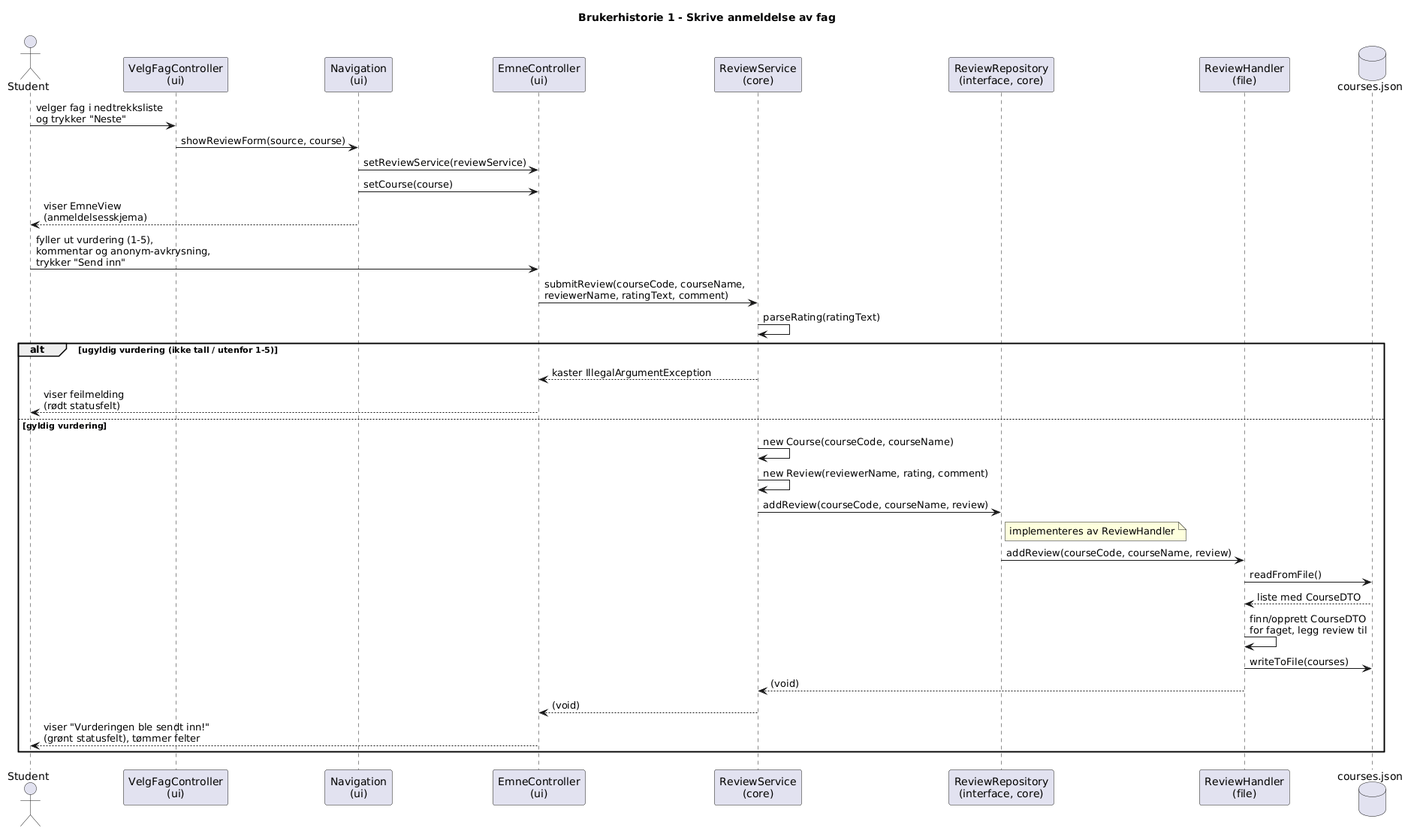
Above: arkitektur/png/brukerhistorie1Sekvensdiagram.png in JesperBarosen/BIThub (PlantUML), before the change.
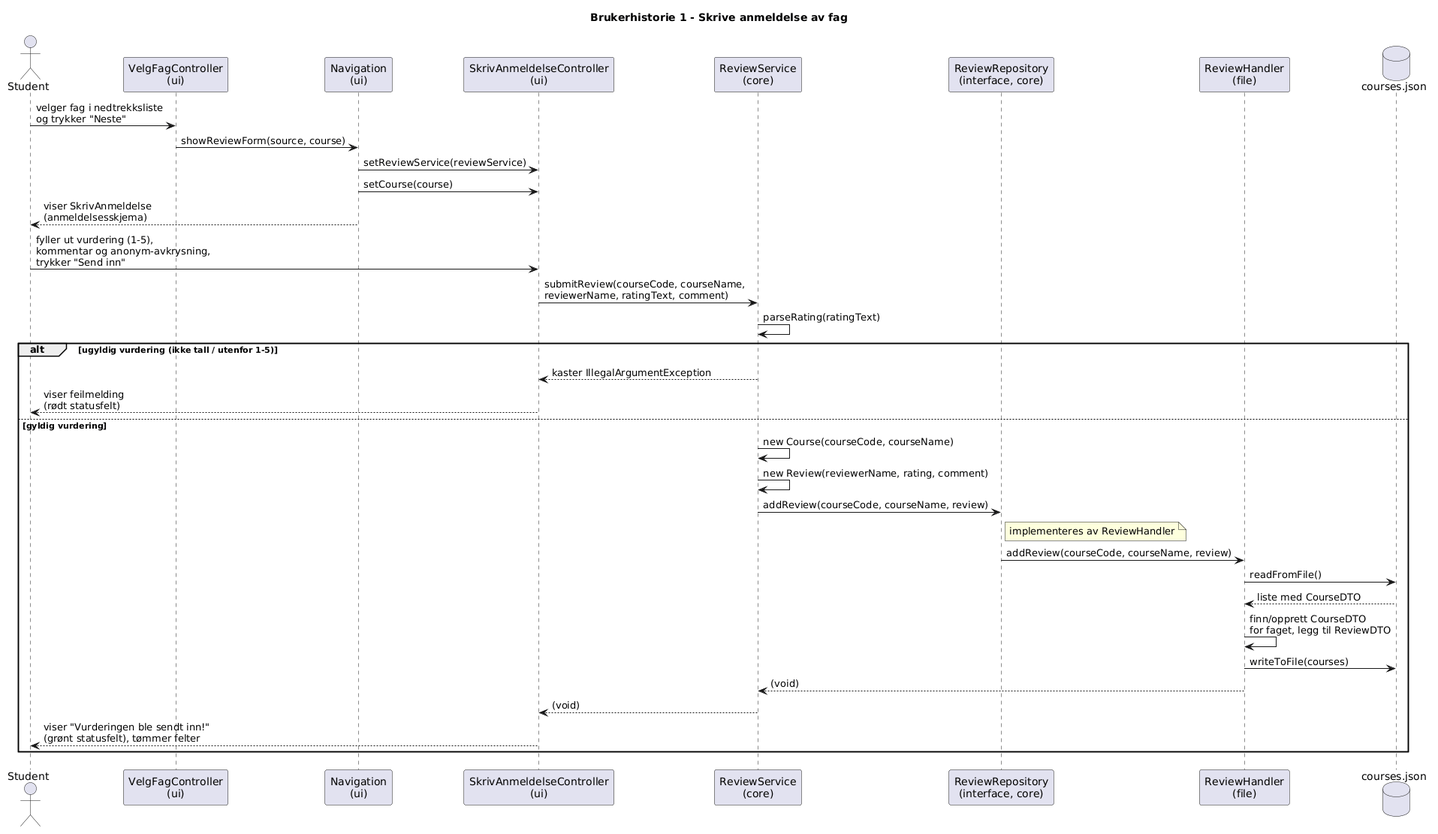
Above is the later version.

Commit message:
Oppdater dokumentasjon med SkrivAnmeldelse

Diff of the diagram source:
```diff
@@ -2,40 +2,39 @@
 title Brukerhistorie 1 - Skrive anmeldelse av fag
 
 actor "Student" as User
-participant "VelgFagController\n(ui)" as VFC
+participant "VelgFagController\n(ui)" as SelectC
 participant "Navigation\n(ui)" as Nav
-participant "EmneController\n(ui)" as EC
-participant "ReviewService\n(core)" as RS
-participant "ReviewRepository\n(interface, core)" as RRepo
-participant "ReviewHandler\n(file)" as RH
-database "courses.json" as JSON
+participant "SkrivAnmeldelseController\n(ui)" as SkrivC
+participant "ReviewService\n(core)" as Service
+participant "ReviewRepository\n(interface, core)" as Repo
+participant "ReviewHandler\n(file)" as Handler
+database "courses.json" as File
 
-User -> VFC : velger fag i nedtrekksliste\nog trykker "Neste"
-VFC -> Nav : showReviewForm(source, course)
-Nav -> EC : setReviewService(reviewService)
-Nav -> EC : setCourse(course)
-Nav --> User : viser EmneView\n(anmeldelsesskjema)
+User -> SelectC : velger fag i nedtrekksliste\nog trykker "Neste"
+SelectC -> Nav : showReviewForm(source, course)
+Nav -> SkrivC : setReviewService(reviewService)
+Nav -> SkrivC : setCourse(course)
+Nav --> User : viser SkrivAnmeldelse\n(anmeldelsesskjema)
 
-User -> EC : fyller ut vurdering (1-5),\nkommentar og anonym-avkrysning,\ntrykker "Send inn"
-EC -> RS : submitReview(courseCode, courseName,\nreviewerName, ratingText, comment)
-
-RS -> RS : parseRating(ratingText)
+User -> SkrivC : fyller ut vurdering (1-5),\nkommentar og anonym-avkrysning,\ntrykker "Send inn"
+SkrivC -> Service : submitReview(courseCode, courseName,\nreviewerName, ratingText, comment)
+Service -> Service : parseRating(ratingText)
 
 alt ugyldig vurdering (ikke tall / utenfor 1-5)
-    RS --> EC : kaster IllegalArgumentException
-    EC --> User : viser feilmelding\n(rødt statusfelt)
+    Service --> SkrivC : kaster IllegalArgumentException
+    SkrivC --> User : viser feilmelding\n(rødt statusfelt)
 else gyldig vurdering
-    RS -> RS : new Course(courseCode, courseName)
-    RS -> RS : new Review(reviewerName, rating, comment)
-    RS -> RRepo : addReview(courseCode, courseName, review)
-    note right of RRepo : implementeres av ReviewHandler
-    RRepo -> RH : addReview(courseCode, courseName, review)
-    RH -> JSON : readFromFile()
-    JSON --> RH : liste med CourseDTO
-    RH -> RH : finn/opprett CourseDTO\nfor faget, legg review til
-    RH -> JSON : writeToFile(courses)
-    RH --> RS : (void)
-    RS --> EC : (void)
-    EC --> User : viser "Vurderingen ble sendt inn!"\n(grønt statusfelt), tømmer felter
+    Service -> Service : new Course(courseCode, courseName)
+    Service -> Service : new Review(reviewerName, rating, comment)
+    Service -> Repo : addReview(courseCode, courseName, review)
+    note right of Repo : implementeres av ReviewHandler
+    Repo -> Handler : addReview(courseCode, courseName, review)
+    Handler -> File : readFromFile()
+    File --> Handler : liste med CourseDTO
+    Handler -> Handler : finn/opprett CourseDTO\nfor faget, legg til ReviewDTO
+    Handler -> File : writeToFile(courses)
+    Handler --> Service : (void)
+    Service --> SkrivC : (void)
+    SkrivC --> User : viser "Vurderingen ble sendt inn!"\n(grønt statusfelt), tømmer felter
 end
 @enduml
```
